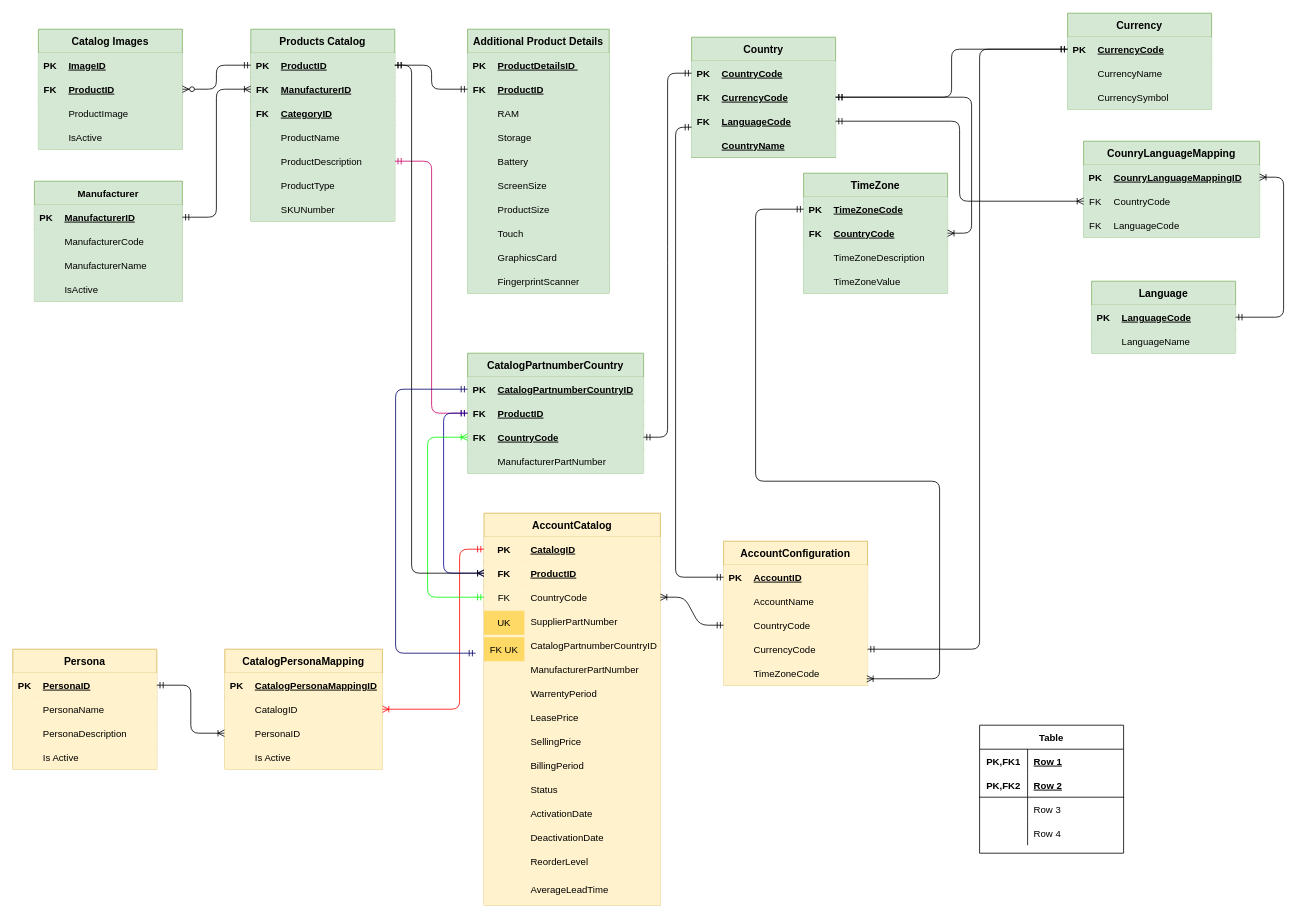
Before: Drawings/MasterCatalogDesign.drawio in bgunupati/DrawIO, a draw.io diagram. Source tidied: cells renumbered, new cells numbered last; positions are measured from the earlier drawing's top-left corner, leaving out a move shared by most shapes. Both pictures are drawn from the tidied source at 80%, with x=0, y=0 at pixel (13, 13).
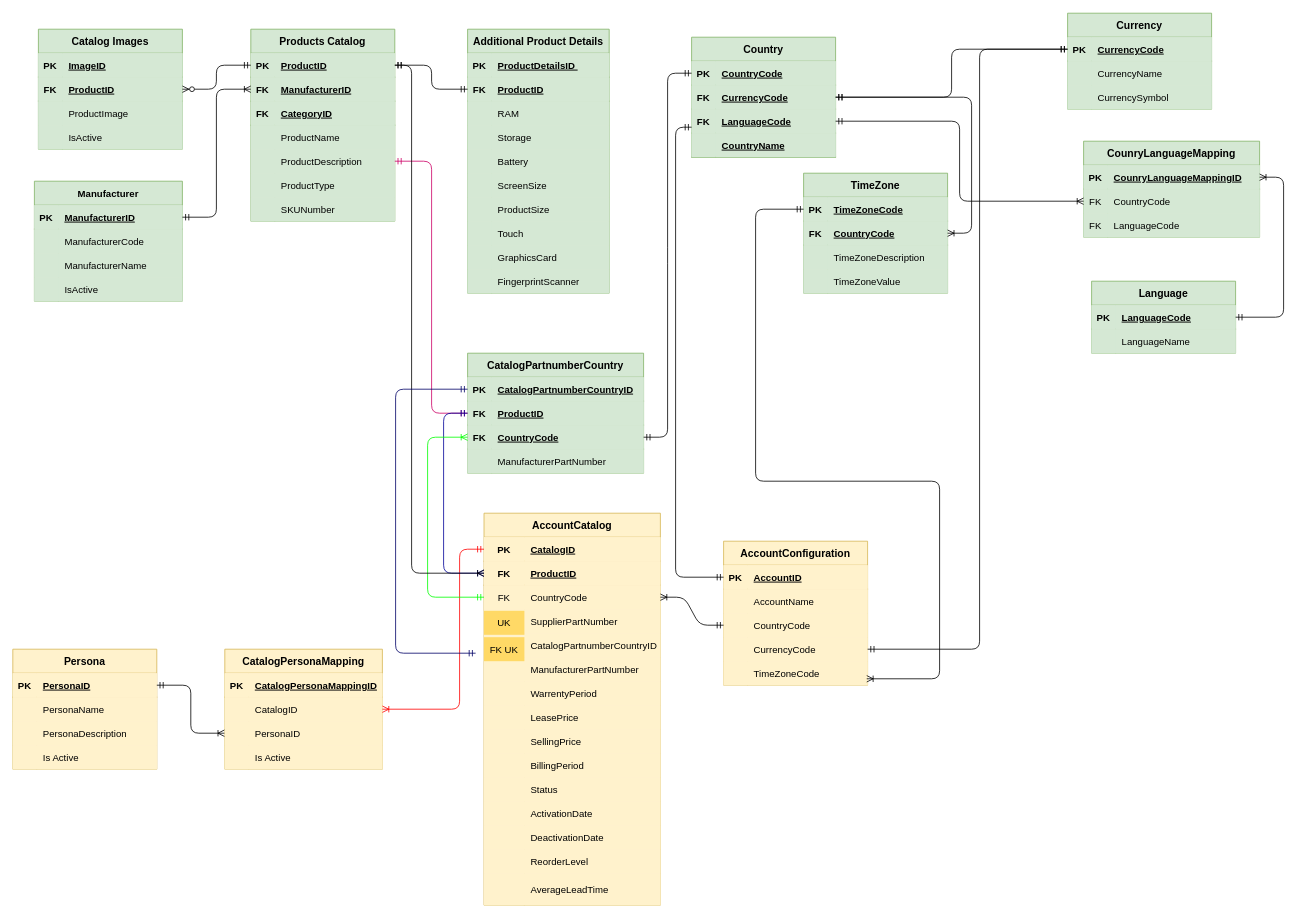
Above is the later version.

Diff of the diagram source:
```diff
@@
-    <mxCell id="254" value="Table" style="shape=table;startSize=30;childLayout=tableLayout;rowLines=0;fontStyle=1;align=center;" parent="1" vertex="1">
-      <mxGeometry x="1208" y="890" width="180" height="160" as="geometry" />
-    </mxCell>
-    <mxCell id="255" style="shape=partialRectangle;fillColor=none;top=0;left=0;bottom=0;right=0;" parent="254" vertex="1">
-      <mxGeometry y="30" width="180" height="30" as="geometry" />
-    </mxCell>
-    <mxCell id="256" value="PK,FK1" style="shape=partialRectangle;fillColor=none;top=0;left=0;bottom=0;right=0;fontStyle=1;overflow=hidden;" parent="255" vertex="1">
-      <mxGeometry width="60" height="30" as="geometry" />
-    </mxCell>
-    <mxCell id="257" value="Row 1" style="shape=partialRectangle;fillColor=none;top=0;left=0;bottom=0;right=0;align=left;spacingLeft=6;fontStyle=5;overflow=hidden;" parent="255" vertex="1">
-      <mxGeometry x="60" width="120" height="30" as="geometry" />
-    </mxCell>
-    <mxCell id="258" style="shape=partialRectangle;fillColor=none;top=0;left=0;bottom=1;right=0;" parent="254" vertex="1">
-      <mxGeometry y="60" width="180" height="30" as="geometry" />
-    </mxCell>
-    <mxCell id="259" value="PK,FK2" style="shape=partialRectangle;fillColor=none;top=0;left=0;bottom=0;right=0;fontStyle=1;overflow=hidden;" parent="258" vertex="1">
-      <mxGeometry width="60" height="30" as="geometry" />
-    </mxCell>
-    <mxCell id="260" value="Row 2" style="shape=partialRectangle;fillColor=none;top=0;left=0;bottom=0;right=0;align=left;spacingLeft=6;fontStyle=5;overflow=hidden;" parent="258" vertex="1">
-      <mxGeometry x="60" width="120" height="30" as="geometry" />
-    </mxCell>
-    <mxCell id="261" style="shape=partialRectangle;fillColor=none;top=0;left=0;bottom=0;right=0;" parent="254" vertex="1">
-      <mxGeometry y="90" width="180" height="30" as="geometry" />
-    </mxCell>
-    <mxCell id="262" style="shape=partialRectangle;fillColor=none;top=0;left=0;bottom=0;right=0;overflow=hidden;" parent="261" vertex="1">
-      <mxGeometry width="60" height="30" as="geometry" />
-    </mxCell>
-    <mxCell id="263" value="Row 3" style="shape=partialRectangle;fillColor=none;top=0;left=0;bottom=0;right=0;align=left;spacingLeft=6;overflow=hidden;" parent="261" vertex="1">
-      <mxGeometry x="60" width="120" height="30" as="geometry" />
-    </mxCell>
-    <mxCell id="264" style="shape=partialRectangle;fillColor=none;top=0;left=0;bottom=0;right=0;" parent="254" vertex="1">
-      <mxGeometry y="120" width="180" height="30" as="geometry" />
-    </mxCell>
-    <mxCell id="265" style="shape=partialRectangle;fillColor=none;top=0;left=0;bottom=0;right=0;overflow=hidden;" parent="264" vertex="1">
-      <mxGeometry width="60" height="30" as="geometry" />
-    </mxCell>
-    <mxCell id="266" value="Row 4" style="shape=partialRectangle;fillColor=none;top=0;left=0;bottom=0;right=0;align=left;spacingLeft=6;overflow=hidden;" parent="264" vertex="1">
-      <mxGeometry x="60" width="120" height="30" as="geometry" />
-    </mxCell>
```
